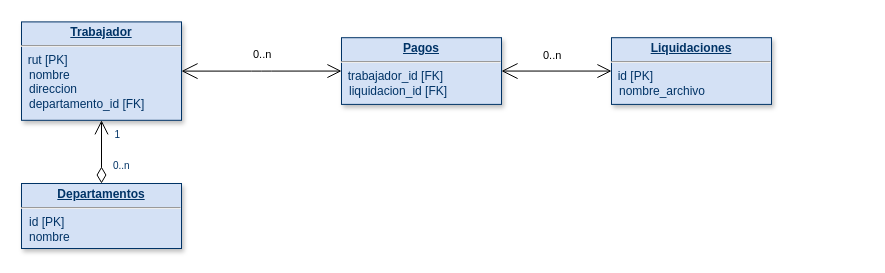
Cyfon7/Desafio---Modelamiento-BD keeps this draw.io diagram as Modelo Fisico - Caso 1.drawio. Above is the earlier version. Source tidied: cells renumbered, new cells numbered last; positions are measured from the earlier drawing's top-left corner, leaving out a move shared by most shapes. Both pictures are drawn from the tidied source at 100%, with x=0, y=0 at pixel (21, 21).
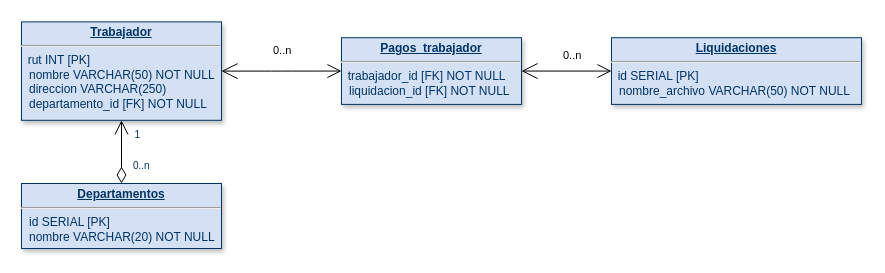
Above is the later version.

Diff of the diagram source:
```diff
@@
 <mxGraphModel background="#ffffff">
   <root>
     <mxCell id="0" />
     <mxCell id="1" parent="0" />
-    <mxCell id="2" value="&lt;p style=&quot;margin: 0px ; margin-top: 4px ; text-align: center ; text-decoration: underline&quot;&gt;&lt;strong&gt;Departamentos&lt;br&gt;&lt;/strong&gt;&lt;/p&gt;&lt;hr&gt;&lt;p style=&quot;margin: 0px ; margin-left: 8px&quot;&gt;id [PK]&lt;/p&gt;&lt;p style=&quot;margin: 0px ; margin-left: 8px&quot;&gt;nombre&lt;br&gt;&lt;/p&gt;" style="verticalAlign=top;align=left;overflow=fill;fontSize=12;fontFamily=Helvetica;html=1;strokeColor=#003366;shadow=1;fillColor=#D4E1F5;fontColor=#003366;" parent="1" vertex="1">
-      <mxGeometry y="162" width="160" height="65" as="geometry" />
+    <mxCell id="2" value="&lt;p style=&quot;margin: 0px ; margin-top: 4px ; text-align: center ; text-decoration: underline&quot;&gt;&lt;strong&gt;Departamentos&lt;br&gt;&lt;/strong&gt;&lt;/p&gt;&lt;hr&gt;&lt;p style=&quot;margin: 0px ; margin-left: 8px&quot;&gt;id SERIAL [PK]&lt;/p&gt;&lt;p style=&quot;margin: 0px ; margin-left: 8px&quot;&gt;nombre VARCHAR(20) NOT NULL&lt;br&gt;&lt;/p&gt;" style="verticalAlign=top;align=left;overflow=fill;fontSize=12;fontFamily=Helvetica;html=1;strokeColor=#003366;shadow=1;fillColor=#D4E1F5;fontColor=#003366;" parent="1" vertex="1">
+      <mxGeometry y="162" width="200" height="65" as="geometry" />
     </mxCell>
-    <mxCell id="3" value="&lt;p style=&quot;margin: 0px ; margin-top: 4px ; text-align: center ; text-decoration: underline&quot;&gt;&lt;strong&gt;Trabajador&lt;br&gt;&lt;/strong&gt;&lt;/p&gt;&lt;hr&gt;&amp;nbsp; rut [PK]&lt;br&gt;&lt;p style=&quot;margin: 0px ; margin-left: 8px&quot;&gt;nombre&lt;br&gt;&lt;/p&gt;&lt;p style=&quot;margin: 0px ; margin-left: 8px&quot;&gt;direccion&lt;/p&gt;&lt;p style=&quot;margin: 0px ; margin-left: 8px&quot;&gt;departamento_id [FK]&lt;br&gt;&lt;/p&gt;" style="verticalAlign=top;align=left;overflow=fill;fontSize=12;fontFamily=Helvetica;html=1;strokeColor=#003366;shadow=1;fillColor=#D4E1F5;fontColor=#003366;" parent="1" vertex="1">
-      <mxGeometry y="0.4" width="160" height="98.4" as="geometry" />
+    <mxCell id="3" value="&lt;p style=&quot;margin: 0px ; margin-top: 4px ; text-align: center ; text-decoration: underline&quot;&gt;&lt;strong&gt;Trabajador&lt;br&gt;&lt;/strong&gt;&lt;/p&gt;&lt;hr&gt;&amp;nbsp; rut INT [PK]&lt;br&gt;&lt;p style=&quot;margin: 0px ; margin-left: 8px&quot;&gt;nombre VARCHAR(50) NOT NULL&lt;br&gt;&lt;/p&gt;&lt;p style=&quot;margin: 0px ; margin-left: 8px&quot;&gt;direccion VARCHAR(250)&lt;br&gt;&lt;/p&gt;&lt;p style=&quot;margin: 0px ; margin-left: 8px&quot;&gt;departamento_id [FK] NOT NULL&lt;br&gt;&lt;/p&gt;" style="verticalAlign=top;align=left;overflow=fill;fontSize=12;fontFamily=Helvetica;html=1;strokeColor=#003366;shadow=1;fillColor=#D4E1F5;fontColor=#003366;" parent="1" vertex="1">
+      <mxGeometry y="0.4" width="200" height="98.4" as="geometry" />
     </mxCell>
     <mxCell id="4" style="endArrow=open;endSize=12;startArrow=diamondThin;startSize=14;startFill=0;edgeStyle=orthogonalEdgeStyle;entryX=0.5;entryY=1;entryDx=0;entryDy=0;exitX=0.5;exitY=0;exitDx=0;exitDy=0;" parent="1" edge="1" source="2" target="3">
       <mxGeometry x="620" y="260" as="geometry" />
     </mxCell>
     <mxCell id="5" value="0..n" style="align=left;verticalAlign=top;labelBackgroundColor=#ffffff;fontSize=10;strokeColor=#003366;shadow=1;fillColor=#D4E1F5;fontColor=#003366;" parent="4" vertex="1">
       <mxGeometry x="-1" relative="1" as="geometry">
         <mxPoint x="10" y="-30" as="offset" />
       </mxGeometry>
     </mxCell>
     <mxCell id="6" value="1" style="align=right;verticalAlign=top;labelBackgroundColor=#ffffff;fontSize=10;strokeColor=#003366;shadow=1;fillColor=#D4E1F5;fontColor=#003366;" parent="4" vertex="1">
       <mxGeometry x="1" relative="1" as="geometry">
         <mxPoint x="20" y="2" as="offset" />
       </mxGeometry>
     </mxCell>
-    <mxCell id="7" value="&lt;p style=&quot;margin: 0px ; margin-top: 4px ; text-align: center ; text-decoration: underline&quot;&gt;&lt;strong&gt;Liquidaciones&lt;br&gt;&lt;/strong&gt;&lt;/p&gt;&lt;hr&gt;&amp;nbsp; id [PK]&lt;br&gt;&lt;p style=&quot;margin: 0px ; margin-left: 8px&quot;&gt;nombre_archivo&lt;br&gt;&lt;/p&gt;" style="verticalAlign=top;align=left;overflow=fill;fontSize=12;fontFamily=Helvetica;html=1;strokeColor=#003366;shadow=1;fillColor=#D4E1F5;fontColor=#003366;" parent="1" vertex="1">
-      <mxGeometry x="590" y="16.2" width="160" height="66.7" as="geometry" />
+    <mxCell id="7" value="&lt;p style=&quot;margin: 0px ; margin-top: 4px ; text-align: center ; text-decoration: underline&quot;&gt;&lt;strong&gt;Liquidaciones&lt;br&gt;&lt;/strong&gt;&lt;/p&gt;&lt;hr&gt;&amp;nbsp; id SERIAL [PK]&lt;br&gt;&lt;p style=&quot;margin: 0px ; margin-left: 8px&quot;&gt;nombre_archivo VARCHAR(50) NOT NULL&lt;br&gt;&lt;/p&gt;" style="verticalAlign=top;align=left;overflow=fill;fontSize=12;fontFamily=Helvetica;html=1;strokeColor=#003366;shadow=1;fillColor=#D4E1F5;fontColor=#003366;" parent="1" vertex="1">
+      <mxGeometry x="590" y="16.2" width="250" height="66.7" as="geometry" />
     </mxCell>
-    <mxCell id="8" value="&lt;p style=&quot;margin: 0px ; margin-top: 4px ; text-align: center ; text-decoration: underline&quot;&gt;&lt;strong&gt;Pagos&lt;br&gt;&lt;/strong&gt;&lt;/p&gt;&lt;hr&gt;&amp;nbsp; trabajador_id [FK]&lt;br&gt;&lt;p style=&quot;margin: 0px ; margin-left: 8px&quot;&gt;liquidacion_id [FK]&lt;br&gt;&lt;/p&gt;" style="verticalAlign=top;align=left;overflow=fill;fontSize=12;fontFamily=Helvetica;html=1;strokeColor=#003366;shadow=1;fillColor=#D4E1F5;fontColor=#003366;" parent="1" vertex="1">
-      <mxGeometry x="320" y="16.2" width="160" height="66.7" as="geometry" />
+    <mxCell id="8" value="&lt;p style=&quot;margin: 0px ; margin-top: 4px ; text-align: center ; text-decoration: underline&quot;&gt;&lt;strong&gt;Pagos_trabajador&lt;br&gt;&lt;/strong&gt;&lt;/p&gt;&lt;hr&gt;&amp;nbsp; trabajador_id [FK] NOT NULL&lt;br&gt;&lt;p style=&quot;margin: 0px ; margin-left: 8px&quot;&gt;liquidacion_id [FK] NOT NULL&lt;br&gt;&lt;/p&gt;" style="verticalAlign=top;align=left;overflow=fill;fontSize=12;fontFamily=Helvetica;html=1;strokeColor=#003366;shadow=1;fillColor=#D4E1F5;fontColor=#003366;" parent="1" vertex="1">
+      <mxGeometry x="320" y="16.2" width="180" height="66.7" as="geometry" />
     </mxCell>
     <mxCell id="9" style="endArrow=open;html=1;endSize=12;startArrow=open;startSize=14;startFill=0;edgeStyle=orthogonalEdgeStyle;entryX=0;entryY=0.5;entryDx=0;entryDy=0;exitX=1;exitY=0.5;exitDx=0;exitDy=0;" parent="1" edge="1" source="3" target="8">
       <mxGeometry relative="1" as="geometry" />
     </mxCell>
     <mxCell id="10" value="0..n" style="edgeLabel;html=1;align=left;verticalAlign=top;" parent="9" vertex="1">
       <mxGeometry x="-1" relative="1" as="geometry">
-        <mxPoint x="70" y="-30" as="offset" />
+        <mxPoint x="50" y="-33.4" as="offset" />
       </mxGeometry>
     </mxCell>
     <mxCell id="11" style="endArrow=open;html=1;endSize=12;startArrow=open;startSize=14;startFill=0;edgeStyle=orthogonalEdgeStyle;exitX=1;exitY=0.5;exitDx=0;exitDy=0;entryX=0;entryY=0.5;entryDx=0;entryDy=0;" parent="1" edge="1" source="8" target="7">
       <mxGeometry relative="1" as="geometry" />
     </mxCell>
     <mxCell id="12" value="0..n" style="edgeLabel;html=1;align=left;verticalAlign=top;" parent="11" vertex="1">
       <mxGeometry x="-1" relative="1" as="geometry">
         <mxPoint x="40" y="-28.7" as="offset" />
       </mxGeometry>
     </mxCell>
   </root>
 </mxGraphModel>
```
